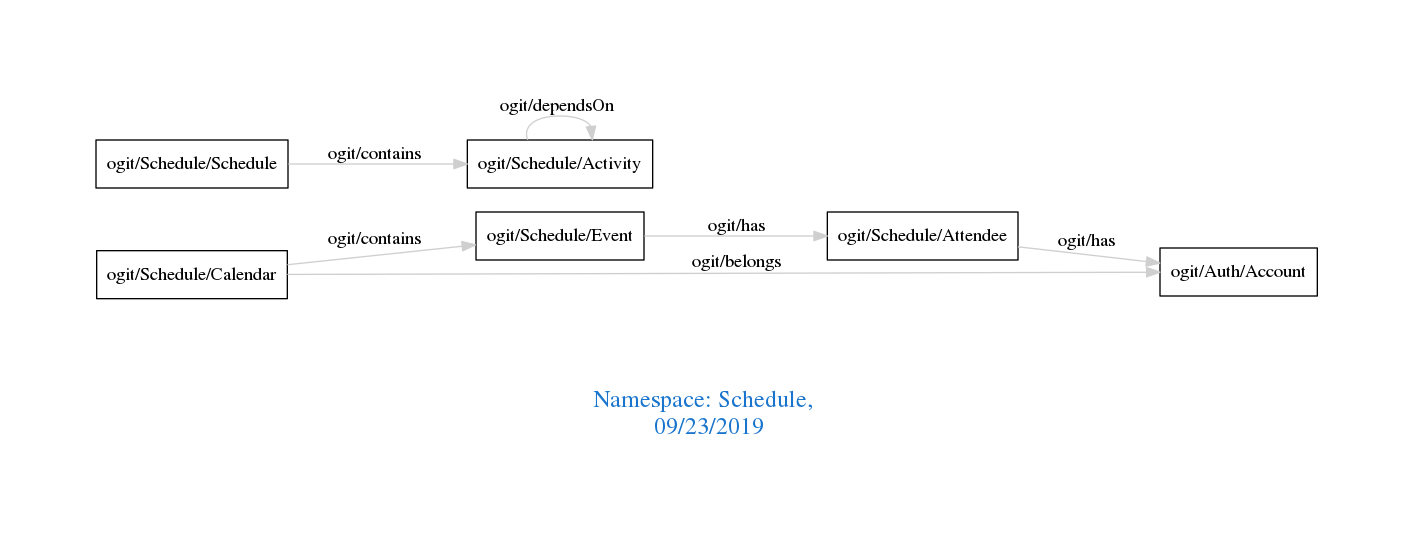
Before: downloads/Schedule.png, a diagram exported from Graphviz (arago/OGIT). Its source is kept beside it as downloads/Schedule.dot.
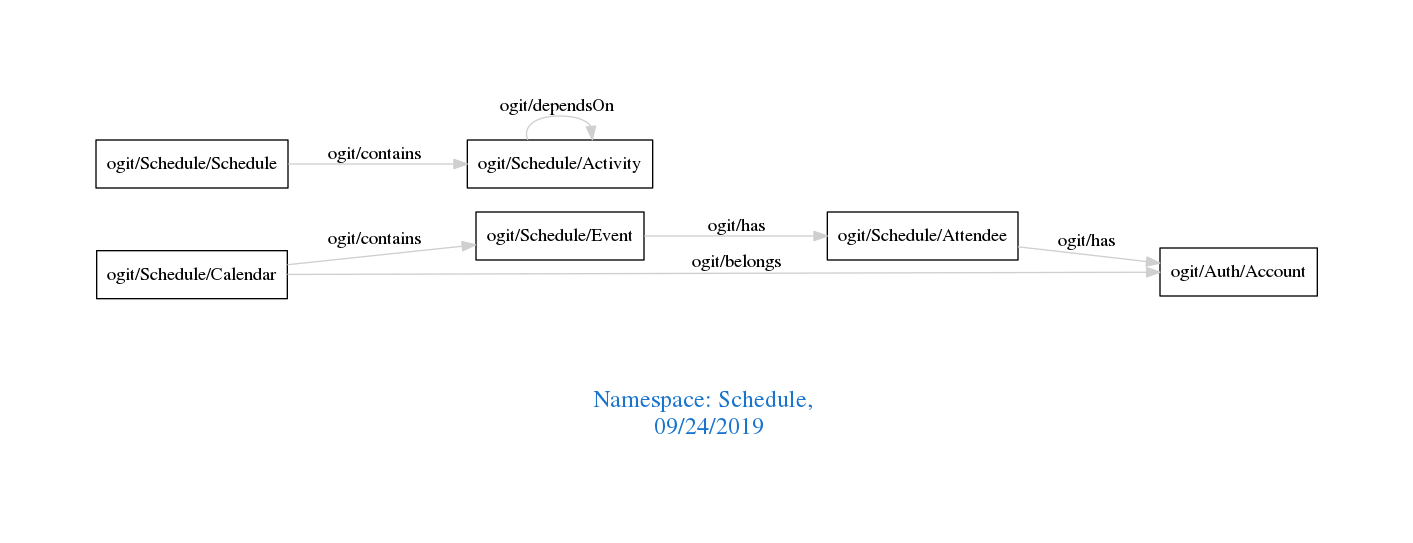
The same diagram one commit later.

The edit, as a diff of the source:
```diff
@@ -1,7 +1,7 @@
 digraph OGIT_ontology {
  graph [ rankdir= LR,pad=1
 fontsize = 18,
-fontcolor= dodgerblue3,label = "\n\n\nNamespace: Schedule, \n 09/23/2019"];
+fontcolor= dodgerblue3,label = "\n\n\nNamespace: Schedule, \n 09/24/2019"];
 node[shape=polygon];
 edge [  color="gray81"];
 
```
